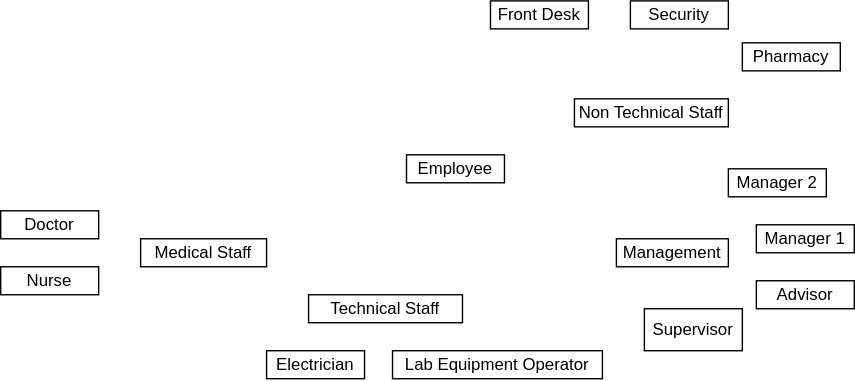
The draw.io diagram er_dig.svg in listout/drawio_digs, before a commit. Source tidied: cells renumbered, new cells last; positions are measured from the earlier drawing's top-left corner, leaving out a move shared by most shapes.
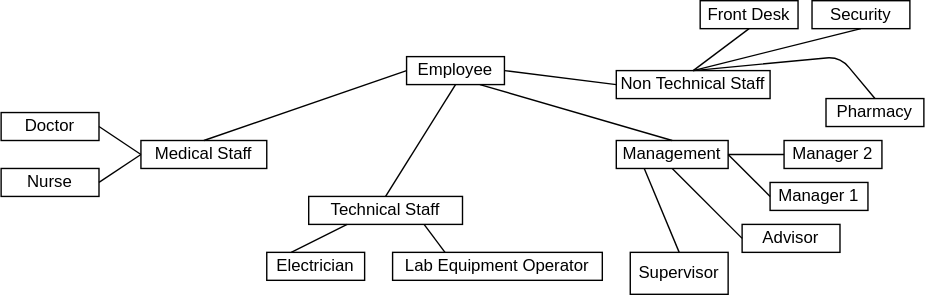
Later version of the same file.

The edit, as a diff of the source:
```diff
@@ -3,52 +3,101 @@
     <mxCell id="0" />
     <mxCell id="1" parent="0" />
     <mxCell id="2" value="&lt;div&gt;Employee&lt;/div&gt;" style="rounded=0;whiteSpace=wrap;html=1;" parent="1" vertex="1">
-      <mxGeometry x="290" y="110" width="70" height="20" as="geometry" />
+      <mxGeometry x="300" y="260" width="70" height="20" as="geometry" />
     </mxCell>
     <mxCell id="3" value="Doctor" style="rounded=0;whiteSpace=wrap;html=1;" parent="1" vertex="1">
-      <mxGeometry y="150" width="70" height="20" as="geometry" />
+      <mxGeometry x="10" y="300" width="70" height="20" as="geometry" />
     </mxCell>
     <mxCell id="4" value="Medical Staff" style="rounded=0;whiteSpace=wrap;html=1;" parent="1" vertex="1">
-      <mxGeometry x="100" y="170" width="90" height="20" as="geometry" />
+      <mxGeometry x="110" y="320" width="90" height="20" as="geometry" />
     </mxCell>
     <mxCell id="5" value="Technical Staff" style="rounded=0;whiteSpace=wrap;html=1;" parent="1" vertex="1">
-      <mxGeometry x="220" y="210" width="110" height="20" as="geometry" />
+      <mxGeometry x="230" y="360" width="110" height="20" as="geometry" />
     </mxCell>
     <mxCell id="6" value="Management" style="rounded=0;whiteSpace=wrap;html=1;" parent="1" vertex="1">
-      <mxGeometry x="440" y="170" width="80" height="20" as="geometry" />
+      <mxGeometry x="450" y="320" width="80" height="20" as="geometry" />
     </mxCell>
     <mxCell id="7" value="Non Technical Staff" style="rounded=0;whiteSpace=wrap;html=1;" parent="1" vertex="1">
-      <mxGeometry x="410" y="70" width="110" height="20" as="geometry" />
+      <mxGeometry x="450" y="270" width="110" height="20" as="geometry" />
     </mxCell>
     <mxCell id="8" value="Nurse" style="rounded=0;whiteSpace=wrap;html=1;" parent="1" vertex="1">
-      <mxGeometry y="190" width="70" height="20" as="geometry" />
+      <mxGeometry x="10" y="340" width="70" height="20" as="geometry" />
     </mxCell>
     <mxCell id="9" value="Electrician" style="rounded=0;whiteSpace=wrap;html=1;" parent="1" vertex="1">
-      <mxGeometry x="190" y="250" width="70" height="20" as="geometry" />
+      <mxGeometry x="200" y="400" width="70" height="20" as="geometry" />
     </mxCell>
     <mxCell id="10" value="Lab Equipment Operator" style="rounded=0;whiteSpace=wrap;html=1;" parent="1" vertex="1">
-      <mxGeometry x="280" y="250" width="150" height="20" as="geometry" />
+      <mxGeometry x="290" y="400" width="150" height="20" as="geometry" />
     </mxCell>
     <mxCell id="11" value="Supervisor" style="rounded=0;whiteSpace=wrap;html=1;" parent="1" vertex="1">
-      <mxGeometry x="460" y="220" width="70" height="30" as="geometry" />
+      <mxGeometry x="460" y="400" width="70" height="30" as="geometry" />
     </mxCell>
     <mxCell id="12" value="Advisor" style="rounded=0;whiteSpace=wrap;html=1;" parent="1" vertex="1">
-      <mxGeometry x="540" y="200" width="70" height="20" as="geometry" />
+      <mxGeometry x="540" y="380" width="70" height="20" as="geometry" />
     </mxCell>
     <mxCell id="13" value="Manager 1" style="rounded=0;whiteSpace=wrap;html=1;" parent="1" vertex="1">
-      <mxGeometry x="540" y="160" width="70" height="20" as="geometry" />
+      <mxGeometry x="560" y="350" width="70" height="20" as="geometry" />
     </mxCell>
     <mxCell id="14" value="&lt;div&gt;Manager 2&lt;/div&gt;" style="rounded=0;whiteSpace=wrap;html=1;" parent="1" vertex="1">
-      <mxGeometry x="520" y="120" width="70" height="20" as="geometry" />
+      <mxGeometry x="570" y="320" width="70" height="20" as="geometry" />
     </mxCell>
     <mxCell id="15" value="Front Desk" style="rounded=0;whiteSpace=wrap;html=1;" parent="1" vertex="1">
-      <mxGeometry x="350" width="70" height="20" as="geometry" />
+      <mxGeometry x="510" y="220" width="70" height="20" as="geometry" />
     </mxCell>
     <mxCell id="16" value="Security" style="rounded=0;whiteSpace=wrap;html=1;" parent="1" vertex="1">
-      <mxGeometry x="450" width="70" height="20" as="geometry" />
+      <mxGeometry x="590" y="220" width="70" height="20" as="geometry" />
     </mxCell>
     <mxCell id="17" value="Pharmacy" style="rounded=0;whiteSpace=wrap;html=1;" parent="1" vertex="1">
-      <mxGeometry x="530" y="30" width="70" height="20" as="geometry" />
+      <mxGeometry x="600" y="290" width="70" height="20" as="geometry" />
     </mxCell>
+    <mxCell id="18" style="endArrow=none;html=1;entryX=0;entryY=0.5;entryDx=0;entryDy=0;exitX=1;exitY=0.5;exitDx=0;exitDy=0;" parent="1" edge="1" source="8" target="4">
+      <mxGeometry relative="1" as="geometry" />
+    </mxCell>
+    <mxCell id="19" style="endArrow=none;html=1;entryX=0;entryY=0.5;entryDx=0;entryDy=0;exitX=1;exitY=0.5;exitDx=0;exitDy=0;" parent="1" edge="1" source="3" target="4">
+      <mxGeometry relative="1" as="geometry" />
+    </mxCell>
+    <mxCell id="20" style="endArrow=none;html=1;entryX=1;entryY=0.5;entryDx=0;entryDy=0;exitX=0;exitY=0.5;exitDx=0;exitDy=0;" parent="1" edge="1" source="2" target="4">
+      <mxGeometry relative="1" as="geometry" />
+    </mxCell>
+    <mxCell id="21" style="endArrow=none;html=1;entryX=0.5;entryY=0;entryDx=0;entryDy=0;exitX=0.5;exitY=1;exitDx=0;exitDy=0;" parent="1" edge="1" source="2" target="5">
+      <mxGeometry relative="1" as="geometry" />
+    </mxCell>
+    <mxCell id="22" style="endArrow=none;html=1;entryX=0;entryY=0.5;entryDx=0;entryDy=0;exitX=0.75;exitY=1;exitDx=0;exitDy=0;" parent="1" edge="1" source="2" target="6">
+      <mxGeometry relative="1" as="geometry" />
+    </mxCell>
+    <mxCell id="23" style="endArrow=none;html=1;entryX=0;entryY=0.5;entryDx=0;entryDy=0;exitX=1;exitY=0.5;exitDx=0;exitDy=0;" parent="1" edge="1" source="2" target="7">
+      <mxGeometry relative="1" as="geometry" />
+    </mxCell>
+    <mxCell id="24" style="endArrow=none;html=1;entryX=0.5;entryY=0;entryDx=0;entryDy=0;exitX=0.25;exitY=1;exitDx=0;exitDy=0;" parent="1" edge="1" source="5" target="9">
+      <mxGeometry relative="1" as="geometry" />
+    </mxCell>
+    <mxCell id="25" style="endArrow=none;html=1;entryX=0.25;entryY=0;entryDx=0;entryDy=0;exitX=0.75;exitY=1;exitDx=0;exitDy=0;" parent="1" edge="1" source="5" target="10">
+      <mxGeometry relative="1" as="geometry" />
+    </mxCell>
+    <mxCell id="26" style="endArrow=none;html=1;entryX=0.5;entryY=0;entryDx=0;entryDy=0;exitX=0.25;exitY=1;exitDx=0;exitDy=0;" parent="1" edge="1" source="6" target="11">
+      <mxGeometry relative="1" as="geometry" />
+    </mxCell>
+    <mxCell id="27" style="endArrow=none;html=1;entryX=0;entryY=0.5;entryDx=0;entryDy=0;exitX=0.5;exitY=1;exitDx=0;exitDy=0;" parent="1" edge="1" source="6" target="12">
+      <mxGeometry relative="1" as="geometry" />
+    </mxCell>
+    <mxCell id="28" style="endArrow=none;html=1;entryX=0;entryY=0.5;entryDx=0;entryDy=0;exitX=1;exitY=0.5;exitDx=0;exitDy=0;" parent="1" edge="1" source="6" target="13">
+      <mxGeometry relative="1" as="geometry" />
+    </mxCell>
+    <mxCell id="29" style="endArrow=none;html=1;entryX=1;entryY=0.5;entryDx=0;entryDy=0;exitX=0;exitY=0.5;exitDx=0;exitDy=0;" parent="1" edge="1" source="14" target="6">
+      <mxGeometry relative="1" as="geometry" />
+    </mxCell>
+    <mxCell id="30" style="endArrow=none;html=1;entryX=0.5;entryY=1;entryDx=0;entryDy=0;exitX=0.5;exitY=0;exitDx=0;exitDy=0;" parent="1" edge="1" source="7" target="15">
+      <mxGeometry relative="1" as="geometry" />
+    </mxCell>
+    <mxCell id="31" style="endArrow=none;html=1;entryX=0.5;entryY=1;entryDx=0;entryDy=0;exitX=0.5;exitY=0;exitDx=0;exitDy=0;" parent="1" edge="1" source="7" target="16">
+      <mxGeometry relative="1" as="geometry" />
+    </mxCell>
+    <mxCell id="32" style="endArrow=none;html=1;entryX=0.5;entryY=0;entryDx=0;entryDy=0;exitX=0.5;exitY=0;exitDx=0;exitDy=0;" parent="1" edge="1" source="7" target="17">
+      <mxGeometry relative="1" as="geometry">
+        <Array as="points">
+          <mxPoint x="610" y="260" />
+        </Array>
+      </mxGeometry>
+    </mxCell>
   </root>
 </mxGraphModel>
```
